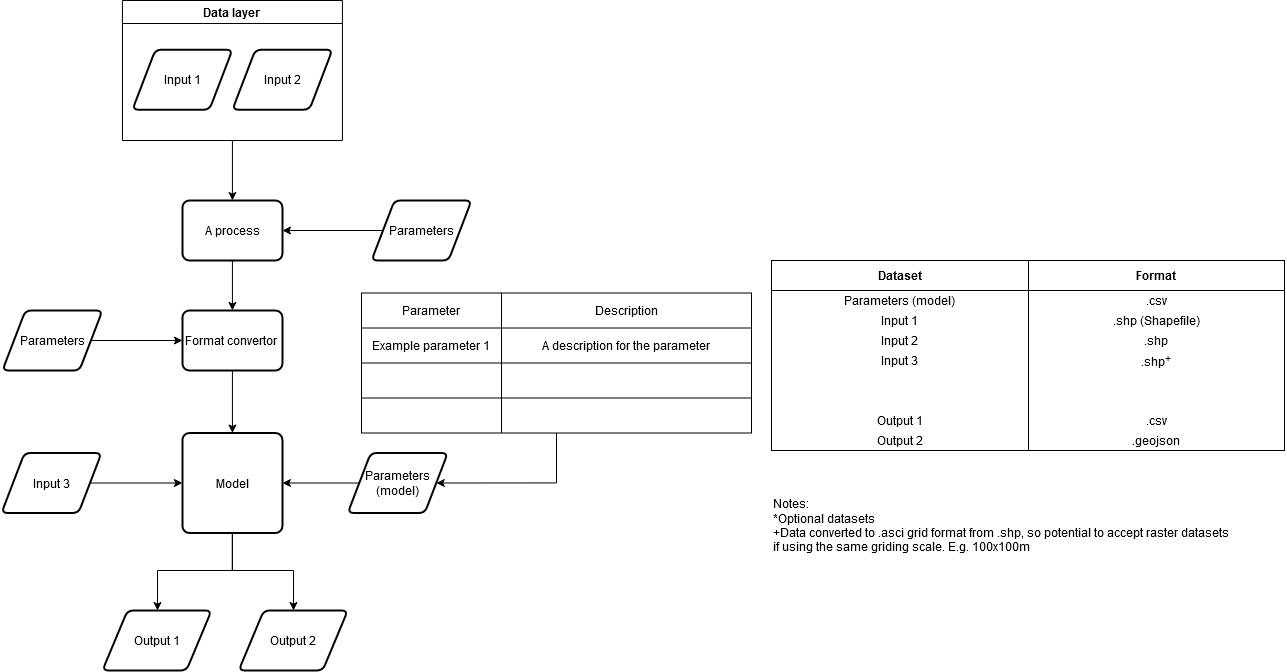
Above: template/tempalte_workflow.png in OpenCLIM/workflow-diagrams (draw.io), before the change. Source tidied: cells renumbered, new cells last; positions are measured from the earlier drawing's top-left corner, leaving out a move shared by most shapes.
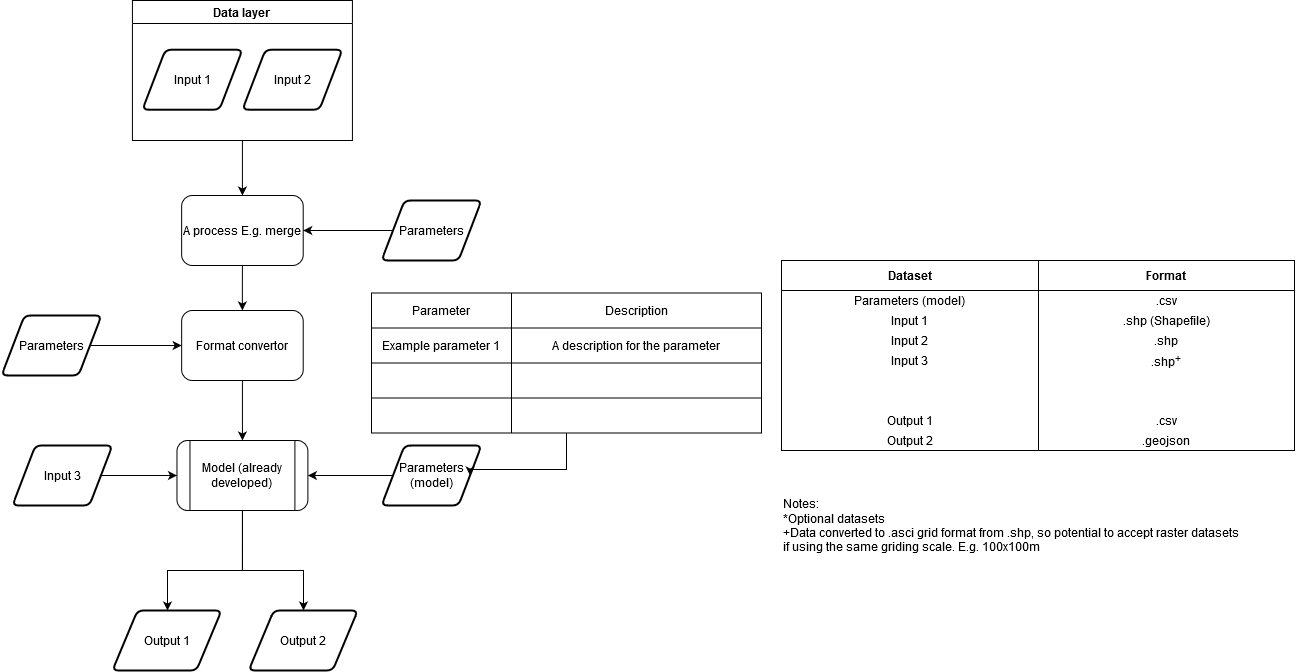
The same diagram one commit later.

Change to the diagram source:
```diff
@@ -2,7 +2,7 @@
   <root>
     <mxCell id="0" />
     <mxCell id="1" parent="0" />
-    <mxCell id="2" style="edgeStyle=orthogonalEdgeStyle;rounded=0;jettySize=auto;html=1;" parent="1" edge="1" source="4" target="7">
+    <mxCell id="2" style="edgeStyle=orthogonalEdgeStyle;rounded=0;jettySize=auto;html=1;exitX=0.5;exitY=1;exitDx=0;exitDy=0;" parent="1" edge="1" source="68" target="7">
       <mxGeometry relative="1" as="geometry">
         <Array as="points">
           <mxPoint x="231" y="570" />
@@ -10,7 +10,7 @@
         </Array>
       </mxGeometry>
     </mxCell>
-    <mxCell id="3" style="edgeStyle=orthogonalEdgeStyle;rounded=0;jettySize=auto;html=1;" parent="1" edge="1" source="4" target="47">
+    <mxCell id="3" style="edgeStyle=orthogonalEdgeStyle;rounded=0;jettySize=auto;html=1;" parent="1" edge="1" source="68" target="47">
       <mxGeometry relative="1" as="geometry">
         <Array as="points">
           <mxPoint x="231" y="570" />
@@ -18,37 +18,30 @@
         </Array>
       </mxGeometry>
     </mxCell>
-    <mxCell id="4" value="Model" style="rounded=1;whiteSpace=wrap;html=1;absoluteArcSize=1;arcSize=14;strokeWidth=2;" parent="1" vertex="1">
-      <mxGeometry x="180.9" y="432.5" width="100" height="100" as="geometry" />
-    </mxCell>
-    <mxCell id="5" style="edgeStyle=orthogonalEdgeStyle;rounded=0;jettySize=auto;html=1;entryX=0;entryY=0.5;entryDx=0;entryDy=0;" parent="1" edge="1" source="6" target="4">
+    <mxCell id="5" style="edgeStyle=orthogonalEdgeStyle;rounded=0;jettySize=auto;html=1;" parent="1" edge="1" source="6" target="68">
       <mxGeometry relative="1" as="geometry" />
     </mxCell>
     <mxCell id="6" value="Input 3" style="shape=parallelogram;html=1;strokeWidth=2;perimeter=parallelogramPerimeter;whiteSpace=wrap;rounded=1;arcSize=12;size=0.23;" parent="1" vertex="1">
-      <mxGeometry y="452.5" width="100" height="60" as="geometry" />
+      <mxGeometry x="0.9" y="445" width="100" height="60" as="geometry" />
     </mxCell>
     <mxCell id="7" value="&lt;div&gt;Output 1&lt;/div&gt;" style="shape=parallelogram;html=1;strokeWidth=2;perimeter=parallelogramPerimeter;whiteSpace=wrap;rounded=1;arcSize=12;size=0.23;" parent="1" vertex="1">
       <mxGeometry x="100.9" y="610" width="109.1" height="60" as="geometry" />
     </mxCell>
-    <mxCell id="8" style="edgeStyle=orthogonalEdgeStyle;rounded=0;jettySize=auto;html=1;" parent="1" edge="1" source="9" target="13">
-      <mxGeometry relative="1" as="geometry" />
-    </mxCell>
-    <mxCell id="9" value="A process" style="rounded=1;whiteSpace=wrap;html=1;absoluteArcSize=1;arcSize=14;strokeWidth=2;" parent="1" vertex="1">
-      <mxGeometry x="180.9" y="200" width="100" height="60" as="geometry" />
-    </mxCell>
+    <mxCell id="67" style="edgeStyle=orthogonalEdgeStyle;rounded=0;jettySize=auto;html=1;exitX=0.5;exitY=1;exitDx=0;exitDy=0;" parent="1" edge="1" source="69" target="13">
+      <mxGeometry relative="1" as="geometry" />
+    </mxCell>
-    <mxCell id="10" style="edgeStyle=orthogonalEdgeStyle;rounded=0;jettySize=auto;html=1;" parent="1" edge="1" source="11" target="4">
+    <mxCell id="10" style="edgeStyle=orthogonalEdgeStyle;rounded=0;jettySize=auto;html=1;" parent="1" edge="1" source="11" target="68">
       <mxGeometry relative="1" as="geometry" />
     </mxCell>
     <mxCell id="11" value="Parameters (model)" style="shape=parallelogram;html=1;strokeWidth=2;perimeter=parallelogramPerimeter;whiteSpace=wrap;rounded=1;arcSize=12;size=0.23;" parent="1" vertex="1">
-      <mxGeometry x="346.3" y="452.5" width="100" height="60" as="geometry" />
+      <mxGeometry x="370" y="445" width="100" height="60" as="geometry" />
     </mxCell>
-    <mxCell id="12" style="edgeStyle=orthogonalEdgeStyle;rounded=0;jettySize=auto;html=1;" parent="1" edge="1" source="13" target="4">
-      <mxGeometry relative="1" as="geometry" />
+    <mxCell id="12" style="edgeStyle=orthogonalEdgeStyle;rounded=0;jettySize=auto;html=1;entryX=0.5;entryY=0;entryDx=0;entryDy=0;" parent="1" edge="1" target="68">
+      <mxGeometry relative="1" as="geometry">
+        <mxPoint x="230.9" y="370" as="sourcePoint" />
+      </mxGeometry>
     </mxCell>
-    <mxCell id="13" value="Format convertor&amp;nbsp; " style="rounded=1;whiteSpace=wrap;html=1;absoluteArcSize=1;arcSize=14;strokeWidth=2;" parent="1" vertex="1">
-      <mxGeometry x="180.9" y="310" width="100" height="60" as="geometry" />
-    </mxCell>
-    <mxCell id="14" style="edgeStyle=orthogonalEdgeStyle;rounded=0;jettySize=auto;html=1;" parent="1" edge="1" source="15" target="9">
+    <mxCell id="14" style="edgeStyle=orthogonalEdgeStyle;rounded=0;jettySize=auto;html=1;entryX=0.5;entryY=0;entryDx=0;entryDy=0;" parent="1" edge="1" source="15" target="69">
       <mxGeometry relative="1" as="geometry" />
     </mxCell>
     <mxCell id="15" value="Data layer" style="swimlane;" parent="1" vertex="1">
@@ -154,9 +147,9 @@
       <mxGeometry relative="1" as="geometry" />
     </mxCell>
     <mxCell id="49" value="Parameters" style="shape=parallelogram;html=1;strokeWidth=2;perimeter=parallelogramPerimeter;whiteSpace=wrap;rounded=1;arcSize=12;size=0.23;" parent="1" vertex="1">
-      <mxGeometry x="0.9" y="310" width="100" height="60" as="geometry" />
+      <mxGeometry x="-10" y="315" width="100" height="60" as="geometry" />
     </mxCell>
-    <mxCell id="50" style="edgeStyle=orthogonalEdgeStyle;rounded=0;jettySize=auto;html=1;" parent="1" edge="1" source="51" target="9">
+    <mxCell id="50" style="edgeStyle=orthogonalEdgeStyle;rounded=0;jettySize=auto;html=1;" parent="1" edge="1" source="51" target="69">
       <mxGeometry relative="1" as="geometry" />
     </mxCell>
     <mxCell id="51" value="Parameters" style="shape=parallelogram;html=1;strokeWidth=2;perimeter=parallelogramPerimeter;whiteSpace=wrap;rounded=1;arcSize=12;size=0.23;" parent="1" vertex="1">
@@ -165,7 +158,7 @@
     <mxCell id="52" style="edgeStyle=orthogonalEdgeStyle;rounded=0;jettySize=auto;html=1;entryX=1;entryY=0.5;entryDx=0;entryDy=0;" parent="1" edge="1" source="53" target="11">
       <mxGeometry relative="1" as="geometry">
         <Array as="points">
-          <mxPoint x="555" y="483" />
+          <mxPoint x="555" y="469" />
         </Array>
       </mxGeometry>
     </mxCell>
@@ -211,5 +204,14 @@
     <mxCell id="66" style="edgeStyle=orthogonalEdgeStyle;rounded=0;orthogonalLoop=1;jettySize=auto;html=1;exitX=1;exitY=0.5;exitDx=0;exitDy=0;" parent="53" edge="1" source="57" target="57">
       <mxGeometry relative="1" as="geometry" />
     </mxCell>
+    <mxCell id="68" value="Model (already developed)" style="shape=process;whiteSpace=wrap;html=1;backgroundOutline=1;shadow=0;fontFamily=Helvetica;fontSize=12;fontColor=#000000;align=center;strokeColor=#000000;strokeWidth=1;fillColor=#ffffff;rounded=1;" parent="1" vertex="1">
+      <mxGeometry x="165.5" y="440" width="130.9" height="70" as="geometry" />
+    </mxCell>
+    <mxCell id="13" value="Format convertor" style="rounded=1;whiteSpace=wrap;html=1;fontSize=12;glass=0;strokeWidth=1;shadow=0;" parent="1" vertex="1">
+      <mxGeometry x="170.1" y="310" width="121.6" height="70" as="geometry" />
+    </mxCell>
+    <mxCell id="69" value="A process E.g. merge" style="rounded=1;whiteSpace=wrap;html=1;fontSize=12;glass=0;strokeWidth=1;shadow=0;" parent="1" vertex="1">
+      <mxGeometry x="170.1" y="195" width="121.6" height="70" as="geometry" />
+    </mxCell>
   </root>
 </mxGraphModel>
```
